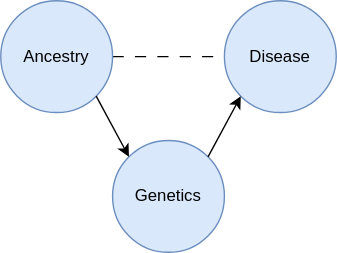
The draw.io diagram docs/source/model_design/general_reference_material/bliss/race_ethnicity/ancestry_v1.svg in ihmeuw/vivarium_research, before a commit. Source tidied: cells renumbered, new cells last; positions are measured from the earlier drawing's top-left corner, leaving out a move shared by most shapes.
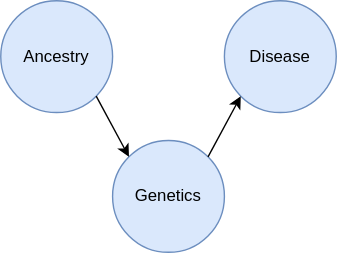
Later version of the same file.

The edit, as a diff of the source:
```diff
@@ -2,9 +2,6 @@
   <root>
     <mxCell id="0" />
     <mxCell id="1" parent="0" />
-    <mxCell id="2" style="edgeStyle=orthogonalEdgeStyle;rounded=0;jettySize=auto;html=1;exitX=1;exitY=0.5;exitDx=0;exitDy=0;entryX=0;entryY=0.5;entryDx=0;entryDy=0;endArrow=none;endFill=0;dashed=1;dashPattern=8 8;" parent="1" edge="1" source="3" target="5">
-      <mxGeometry relative="1" as="geometry" />
-    </mxCell>
     <mxCell id="3" value="Ancestry" style="ellipse;whiteSpace=wrap;html=1;fillColor=#dae8fc;strokeColor=#6c8ebf;" parent="1" vertex="1">
       <mxGeometry width="80" height="80" as="geometry" />
     </mxCell>
```
